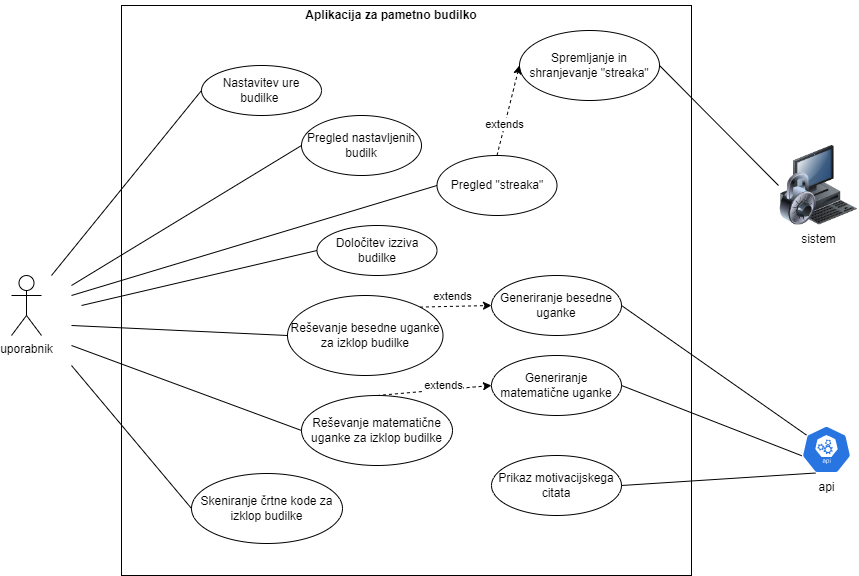
mtoplak/WakeMeApp keeps this draw.io diagram as documentation/DPU_WakeMeApp.drawio.png. Above is the earlier version. Source tidied: cells renumbered, new cells last; positions are measured from the earlier drawing's top-left corner, leaving out a move shared by most shapes. Its diagram source:
```xml
<mxGraphModel>
  <root>
    <mxCell id="0" />
    <mxCell id="1" parent="0" />
    <mxCell id="2" style="whiteSpace=wrap;html=1;" parent="1" vertex="1">
      <mxGeometry x="110" y="5" width="570" height="570" as="geometry" />
    </mxCell>
    <mxCell id="3" value="uporabnik" style="shape=umlActor;verticalLabelPosition=bottom;verticalAlign=top;html=1;" parent="1" vertex="1">
      <mxGeometry y="275" width="30" height="60" as="geometry" />
    </mxCell>
    <mxCell id="4" value="Nastavitev ure budilke&amp;nbsp;" style="ellipse;whiteSpace=wrap;html=1;" parent="1" vertex="1">
      <mxGeometry x="190" y="65" width="120" height="50" as="geometry" />
    </mxCell>
    <mxCell id="5" value="Reševanje besedne uganke za izklop budilke" style="ellipse;whiteSpace=wrap;html=1;" parent="1" vertex="1">
      <mxGeometry x="276" y="295" width="155.5" height="80" as="geometry" />
    </mxCell>
    <mxCell id="6" style="endArrow=none;html=1;rounded=0;entryX=0;entryY=0.5;entryDx=0;entryDy=0;" parent="1" edge="1" target="4">
      <mxGeometry relative="1" as="geometry">
        <mxPoint x="40" y="275" as="sourcePoint" />
      </mxGeometry>
    </mxCell>
    <mxCell id="7" style="endArrow=none;html=1;rounded=0;entryX=0;entryY=0.5;entryDx=0;entryDy=0;" parent="1" edge="1" target="5">
      <mxGeometry relative="1" as="geometry">
        <mxPoint x="60" y="325" as="sourcePoint" />
      </mxGeometry>
    </mxCell>
    <mxCell id="8" value="Pregled nastavljenih budilk" style="ellipse;whiteSpace=wrap;html=1;" parent="1" vertex="1">
      <mxGeometry x="290" y="115" width="120" height="60" as="geometry" />
    </mxCell>
    <mxCell id="9" value="Določitev izziva budilke" style="ellipse;whiteSpace=wrap;html=1;" parent="1" vertex="1">
      <mxGeometry x="305.5" y="225" width="120" height="50" as="geometry" />
    </mxCell>
    <mxCell id="10" value="&lt;b&gt;Aplikacija za pametno budilko&lt;/b&gt;" style="text;html=1;strokeColor=none;fillColor=none;align=center;verticalAlign=middle;whiteSpace=wrap;rounded=0;" parent="1" vertex="1">
      <mxGeometry x="252" width="256" height="30" as="geometry" />
    </mxCell>
    <mxCell id="11" style="endArrow=none;html=1;rounded=0;entryX=0;entryY=0.5;entryDx=0;entryDy=0;" parent="1" edge="1" target="8">
      <mxGeometry relative="1" as="geometry">
        <mxPoint x="60" y="285" as="sourcePoint" />
      </mxGeometry>
    </mxCell>
    <mxCell id="12" value="Reševanje matematične uganke za izklop budilke" style="ellipse;whiteSpace=wrap;html=1;" parent="1" vertex="1">
      <mxGeometry x="290" y="395" width="151" height="70" as="geometry" />
    </mxCell>
    <mxCell id="13" value="Skeniranje črtne kode za izklop budilke" style="ellipse;whiteSpace=wrap;html=1;" parent="1" vertex="1">
      <mxGeometry x="180" y="473" width="151" height="70" as="geometry" />
    </mxCell>
    <mxCell id="14" style="endArrow=none;html=1;rounded=0;entryX=0;entryY=0.5;entryDx=0;entryDy=0;" parent="1" edge="1" target="9">
      <mxGeometry relative="1" as="geometry">
        <mxPoint x="70" y="305" as="sourcePoint" />
      </mxGeometry>
    </mxCell>
    <mxCell id="15" style="endArrow=none;html=1;rounded=0;entryX=0;entryY=0.5;entryDx=0;entryDy=0;" parent="1" edge="1" target="12">
      <mxGeometry relative="1" as="geometry">
        <mxPoint x="60" y="345" as="sourcePoint" />
      </mxGeometry>
    </mxCell>
    <mxCell id="16" style="endArrow=none;html=1;rounded=0;entryX=0;entryY=0.5;entryDx=0;entryDy=0;" parent="1" edge="1" target="13">
      <mxGeometry relative="1" as="geometry">
        <mxPoint x="60" y="365" as="sourcePoint" />
      </mxGeometry>
    </mxCell>
    <mxCell id="17" value="api" style="sketch=0;html=1;dashed=0;whitespace=wrap;fillColor=#2875E2;strokeColor=#ffffff;points=[[0.005,0.63,0],[0.1,0.2,0],[0.9,0.2,0],[0.5,0,0],[0.995,0.63,0],[0.72,0.99,0],[0.5,1,0],[0.28,0.99,0]];verticalLabelPosition=bottom;align=center;verticalAlign=top;shape=mxgraph.kubernetes.icon;prIcon=api;" parent="1" vertex="1">
      <mxGeometry x="790" y="425" width="50" height="48" as="geometry" />
    </mxCell>
    <mxCell id="18" value="Generiranje besedne uganke" style="ellipse;whiteSpace=wrap;html=1;" parent="1" vertex="1">
      <mxGeometry x="480" y="275" width="130" height="60" as="geometry" />
    </mxCell>
    <mxCell id="19" style="endArrow=none;html=1;rounded=0;entryX=1;entryY=0.5;entryDx=0;entryDy=0;exitX=0.1;exitY=0.2;exitDx=0;exitDy=0;exitPerimeter=0;" parent="1" edge="1" source="17" target="18">
      <mxGeometry relative="1" as="geometry" />
    </mxCell>
    <mxCell id="20" value="sistem" style="image;html=1;image=img/lib/clip_art/computers/Secure_System_128x128.png;" parent="1" vertex="1">
      <mxGeometry x="767" y="145" width="80" height="80" as="geometry" />
    </mxCell>
    <mxCell id="21" value="Spremljanje in shranjevanje &quot;streaka&quot;" style="ellipse;whiteSpace=wrap;html=1;" parent="1" vertex="1">
      <mxGeometry x="508" y="30" width="140" height="70" as="geometry" />
    </mxCell>
    <mxCell id="22" style="endArrow=none;html=1;rounded=0;entryX=1;entryY=0.5;entryDx=0;entryDy=0;exitX=0;exitY=0.5;exitDx=0;exitDy=0;" parent="1" edge="1" source="20" target="21">
      <mxGeometry relative="1" as="geometry" />
    </mxCell>
    <mxCell id="23" value="Pregled &quot;streaka&quot;" style="ellipse;whiteSpace=wrap;html=1;" parent="1" vertex="1">
      <mxGeometry x="425.5" y="155" width="120" height="60" as="geometry" />
    </mxCell>
    <mxCell id="24" style="endArrow=none;html=1;rounded=0;entryX=0;entryY=0.5;entryDx=0;entryDy=0;" parent="1" edge="1" target="23">
      <mxGeometry relative="1" as="geometry">
        <mxPoint x="60" y="295" as="sourcePoint" />
      </mxGeometry>
    </mxCell>
    <mxCell id="25" style="endArrow=classic;html=1;rounded=0;entryX=0;entryY=0.5;entryDx=0;entryDy=0;exitX=0.5;exitY=0;exitDx=0;exitDy=0;dashed=1;" parent="1" edge="1" source="23" target="21">
      <mxGeometry relative="1" as="geometry" />
    </mxCell>
    <mxCell id="26" value="extends" style="edgeLabel;html=1;align=center;verticalAlign=middle;" parent="25" vertex="1">
      <mxGeometry x="-0.32" y="1" relative="1" as="geometry" />
    </mxCell>
    <mxCell id="27" value="Generiranje matematične uganke" style="ellipse;whiteSpace=wrap;html=1;" parent="1" vertex="1">
      <mxGeometry x="480" y="355" width="130" height="60" as="geometry" />
    </mxCell>
    <mxCell id="28" value="Prikaz motivacijskega citata" style="ellipse;whiteSpace=wrap;html=1;" parent="1" vertex="1">
      <mxGeometry x="480" y="455" width="130" height="60" as="geometry" />
    </mxCell>
    <mxCell id="29" style="endArrow=none;html=1;rounded=0;entryX=1;entryY=0.5;entryDx=0;entryDy=0;exitX=0.28;exitY=0.99;exitDx=0;exitDy=0;exitPerimeter=0;" parent="1" edge="1" source="17" target="28">
      <mxGeometry relative="1" as="geometry" />
    </mxCell>
    <mxCell id="30" style="endArrow=none;html=1;rounded=0;entryX=1;entryY=0.5;entryDx=0;entryDy=0;exitX=0.005;exitY=0.63;exitDx=0;exitDy=0;exitPerimeter=0;" parent="1" edge="1" source="17" target="27">
      <mxGeometry relative="1" as="geometry" />
    </mxCell>
    <mxCell id="31" style="endArrow=classic;html=1;rounded=0;entryX=0;entryY=0.5;entryDx=0;entryDy=0;exitX=1;exitY=0;exitDx=0;exitDy=0;dashed=1;" parent="1" edge="1" source="5" target="18">
      <mxGeometry relative="1" as="geometry" />
    </mxCell>
    <mxCell id="32" value="extends" style="edgeLabel;html=1;align=center;verticalAlign=middle;" parent="31" vertex="1">
      <mxGeometry x="-0.32" y="1" relative="1" as="geometry">
        <mxPoint x="8" y="-10" as="offset" />
      </mxGeometry>
    </mxCell>
    <mxCell id="33" style="endArrow=classic;html=1;rounded=0;entryX=0;entryY=0.5;entryDx=0;entryDy=0;exitX=0.5;exitY=0;exitDx=0;exitDy=0;dashed=1;" parent="1" edge="1" source="12" target="27">
      <mxGeometry relative="1" as="geometry" />
    </mxCell>
    <mxCell id="34" value="extends" style="edgeLabel;html=1;align=center;verticalAlign=middle;" parent="33" vertex="1">
      <mxGeometry x="-0.32" y="1" relative="1" as="geometry">
        <mxPoint x="27" y="-6" as="offset" />
      </mxGeometry>
    </mxCell>
  </root>
</mxGraphModel>
```
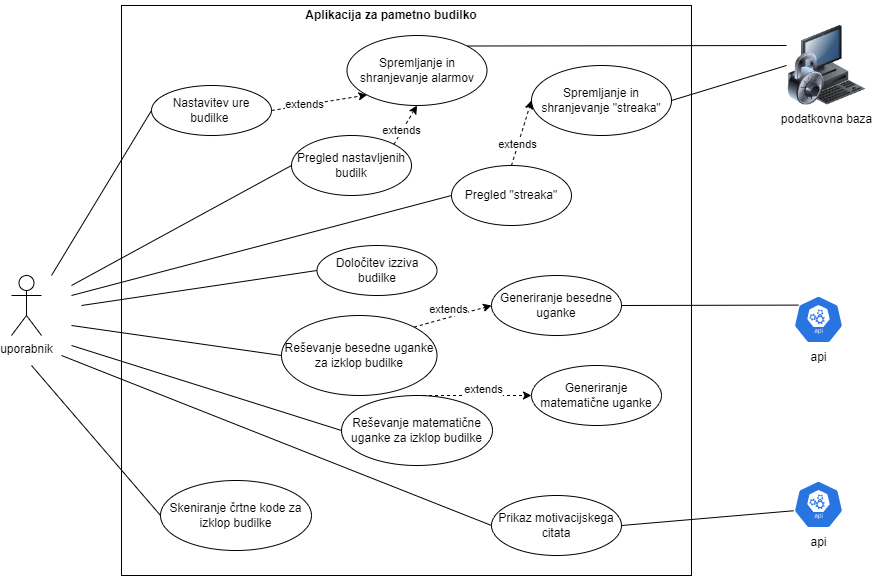
The same file after the commit.

Commit message:
Update home page label

Change to the diagram source:
```diff
@@ -9,10 +9,10 @@
       <mxGeometry y="275" width="30" height="60" as="geometry" />
     </mxCell>
     <mxCell id="4" value="Nastavitev ure budilke&amp;nbsp;" style="ellipse;whiteSpace=wrap;html=1;" parent="1" vertex="1">
-      <mxGeometry x="190" y="65" width="120" height="50" as="geometry" />
+      <mxGeometry x="140" y="85" width="120" height="50" as="geometry" />
     </mxCell>
     <mxCell id="5" value="Reševanje besedne uganke za izklop budilke" style="ellipse;whiteSpace=wrap;html=1;" parent="1" vertex="1">
-      <mxGeometry x="276" y="295" width="155.5" height="80" as="geometry" />
+      <mxGeometry x="270" y="315" width="155.5" height="80" as="geometry" />
     </mxCell>
     <mxCell id="6" style="endArrow=none;html=1;rounded=0;entryX=0;entryY=0.5;entryDx=0;entryDy=0;" parent="1" edge="1" target="4">
       <mxGeometry relative="1" as="geometry">
@@ -25,10 +25,10 @@
       </mxGeometry>
     </mxCell>
     <mxCell id="8" value="Pregled nastavljenih budilk" style="ellipse;whiteSpace=wrap;html=1;" parent="1" vertex="1">
-      <mxGeometry x="290" y="115" width="120" height="60" as="geometry" />
+      <mxGeometry x="280" y="135" width="120" height="60" as="geometry" />
     </mxCell>
     <mxCell id="9" value="Določitev izziva budilke" style="ellipse;whiteSpace=wrap;html=1;" parent="1" vertex="1">
-      <mxGeometry x="305.5" y="225" width="120" height="50" as="geometry" />
+      <mxGeometry x="305.5" y="245" width="120" height="50" as="geometry" />
     </mxCell>
     <mxCell id="10" value="&lt;b&gt;Aplikacija za pametno budilko&lt;/b&gt;" style="text;html=1;strokeColor=none;fillColor=none;align=center;verticalAlign=middle;whiteSpace=wrap;rounded=0;" parent="1" vertex="1">
       <mxGeometry x="252" width="256" height="30" as="geometry" />
@@ -39,10 +39,10 @@
       </mxGeometry>
     </mxCell>
     <mxCell id="12" value="Reševanje matematične uganke za izklop budilke" style="ellipse;whiteSpace=wrap;html=1;" parent="1" vertex="1">
-      <mxGeometry x="290" y="395" width="151" height="70" as="geometry" />
+      <mxGeometry x="330" y="395" width="151" height="70" as="geometry" />
     </mxCell>
     <mxCell id="13" value="Skeniranje črtne kode za izklop budilke" style="ellipse;whiteSpace=wrap;html=1;" parent="1" vertex="1">
-      <mxGeometry x="180" y="473" width="151" height="70" as="geometry" />
+      <mxGeometry x="149" y="480" width="151" height="70" as="geometry" />
     </mxCell>
     <mxCell id="14" style="endArrow=none;html=1;rounded=0;entryX=0;entryY=0.5;entryDx=0;entryDy=0;" parent="1" edge="1" target="9">
       <mxGeometry relative="1" as="geometry">
@@ -56,11 +56,11 @@
     </mxCell>
     <mxCell id="16" style="endArrow=none;html=1;rounded=0;entryX=0;entryY=0.5;entryDx=0;entryDy=0;" parent="1" edge="1" target="13">
       <mxGeometry relative="1" as="geometry">
-        <mxPoint x="60" y="365" as="sourcePoint" />
+        <mxPoint x="20" y="365" as="sourcePoint" />
       </mxGeometry>
     </mxCell>
     <mxCell id="17" value="api" style="sketch=0;html=1;dashed=0;whitespace=wrap;fillColor=#2875E2;strokeColor=#ffffff;points=[[0.005,0.63,0],[0.1,0.2,0],[0.9,0.2,0],[0.5,0,0],[0.995,0.63,0],[0.72,0.99,0],[0.5,1,0],[0.28,0.99,0]];verticalLabelPosition=bottom;align=center;verticalAlign=top;shape=mxgraph.kubernetes.icon;prIcon=api;" parent="1" vertex="1">
-      <mxGeometry x="790" y="425" width="50" height="48" as="geometry" />
+      <mxGeometry x="782" y="295" width="50" height="48" as="geometry" />
     </mxCell>
     <mxCell id="18" value="Generiranje besedne uganke" style="ellipse;whiteSpace=wrap;html=1;" parent="1" vertex="1">
       <mxGeometry x="480" y="275" width="130" height="60" as="geometry" />
@@ -68,17 +68,17 @@
     <mxCell id="19" style="endArrow=none;html=1;rounded=0;entryX=1;entryY=0.5;entryDx=0;entryDy=0;exitX=0.1;exitY=0.2;exitDx=0;exitDy=0;exitPerimeter=0;" parent="1" edge="1" source="17" target="18">
       <mxGeometry relative="1" as="geometry" />
     </mxCell>
-    <mxCell id="20" value="sistem" style="image;html=1;image=img/lib/clip_art/computers/Secure_System_128x128.png;" parent="1" vertex="1">
-      <mxGeometry x="767" y="145" width="80" height="80" as="geometry" />
+    <mxCell id="20" value="podatkovna baza&lt;br&gt;" style="image;html=1;image=img/lib/clip_art/computers/Secure_System_128x128.png;" parent="1" vertex="1">
+      <mxGeometry x="775" y="25" width="80" height="80" as="geometry" />
     </mxCell>
     <mxCell id="21" value="Spremljanje in shranjevanje &quot;streaka&quot;" style="ellipse;whiteSpace=wrap;html=1;" parent="1" vertex="1">
-      <mxGeometry x="508" y="30" width="140" height="70" as="geometry" />
+      <mxGeometry x="520" y="65" width="140" height="70" as="geometry" />
     </mxCell>
     <mxCell id="22" style="endArrow=none;html=1;rounded=0;entryX=1;entryY=0.5;entryDx=0;entryDy=0;exitX=0;exitY=0.5;exitDx=0;exitDy=0;" parent="1" edge="1" source="20" target="21">
       <mxGeometry relative="1" as="geometry" />
     </mxCell>
     <mxCell id="23" value="Pregled &quot;streaka&quot;" style="ellipse;whiteSpace=wrap;html=1;" parent="1" vertex="1">
-      <mxGeometry x="425.5" y="155" width="120" height="60" as="geometry" />
+      <mxGeometry x="440" y="165" width="120" height="60" as="geometry" />
     </mxCell>
     <mxCell id="24" style="endArrow=none;html=1;rounded=0;entryX=0;entryY=0.5;entryDx=0;entryDy=0;" parent="1" edge="1" target="23">
       <mxGeometry relative="1" as="geometry">
@@ -92,17 +92,14 @@
       <mxGeometry x="-0.32" y="1" relative="1" as="geometry" />
     </mxCell>
     <mxCell id="27" value="Generiranje matematične uganke" style="ellipse;whiteSpace=wrap;html=1;" parent="1" vertex="1">
-      <mxGeometry x="480" y="355" width="130" height="60" as="geometry" />
+      <mxGeometry x="520" y="365" width="130" height="60" as="geometry" />
     </mxCell>
     <mxCell id="28" value="Prikaz motivacijskega citata" style="ellipse;whiteSpace=wrap;html=1;" parent="1" vertex="1">
-      <mxGeometry x="480" y="455" width="130" height="60" as="geometry" />
+      <mxGeometry x="480" y="495" width="130" height="60" as="geometry" />
     </mxCell>
-    <mxCell id="29" style="endArrow=none;html=1;rounded=0;entryX=1;entryY=0.5;entryDx=0;entryDy=0;exitX=0.28;exitY=0.99;exitDx=0;exitDy=0;exitPerimeter=0;" parent="1" edge="1" source="17" target="28">
+    <mxCell id="29" style="endArrow=none;html=1;rounded=0;entryX=1;entryY=0.5;entryDx=0;entryDy=0;exitX=0.005;exitY=0.63;exitDx=0;exitDy=0;exitPerimeter=0;" parent="1" edge="1" source="35" target="28">
       <mxGeometry relative="1" as="geometry" />
     </mxCell>
-    <mxCell id="30" style="endArrow=none;html=1;rounded=0;entryX=1;entryY=0.5;entryDx=0;entryDy=0;exitX=0.005;exitY=0.63;exitDx=0;exitDy=0;exitPerimeter=0;" parent="1" edge="1" source="17" target="27">
-      <mxGeometry relative="1" as="geometry" />
-    </mxCell>
     <mxCell id="31" style="endArrow=classic;html=1;rounded=0;entryX=0;entryY=0.5;entryDx=0;entryDy=0;exitX=1;exitY=0;exitDx=0;exitDy=0;dashed=1;" parent="1" edge="1" source="5" target="18">
       <mxGeometry relative="1" as="geometry" />
     </mxCell>
@@ -119,5 +116,31 @@
         <mxPoint x="27" y="-6" as="offset" />
       </mxGeometry>
     </mxCell>
+    <mxCell id="35" value="api" style="sketch=0;html=1;dashed=0;whitespace=wrap;fillColor=#2875E2;strokeColor=#ffffff;points=[[0.005,0.63,0],[0.1,0.2,0],[0.9,0.2,0],[0.5,0,0],[0.995,0.63,0],[0.72,0.99,0],[0.5,1,0],[0.28,0.99,0]];verticalLabelPosition=bottom;align=center;verticalAlign=top;shape=mxgraph.kubernetes.icon;prIcon=api;" parent="1" vertex="1">
+      <mxGeometry x="782" y="480" width="50" height="48" as="geometry" />
+    </mxCell>
+    <mxCell id="36" style="endArrow=none;html=1;rounded=0;entryX=0;entryY=0.5;entryDx=0;entryDy=0;" parent="1" edge="1" target="28">
+      <mxGeometry relative="1" as="geometry">
+        <mxPoint x="50" y="355" as="sourcePoint" />
+      </mxGeometry>
+    </mxCell>
+    <mxCell id="37" value="Spremljanje in shranjevanje alarmov" style="ellipse;whiteSpace=wrap;html=1;" parent="1" vertex="1">
+      <mxGeometry x="335.5" y="35" width="140" height="70" as="geometry" />
+    </mxCell>
+    <mxCell id="38" style="endArrow=classic;html=1;rounded=0;entryX=0.5;entryY=1;entryDx=0;entryDy=0;exitX=1;exitY=0;exitDx=0;exitDy=0;dashed=1;" parent="1" edge="1" source="8" target="37">
+      <mxGeometry relative="1" as="geometry" />
+    </mxCell>
+    <mxCell id="39" value="extends" style="edgeLabel;html=1;align=center;verticalAlign=middle;" parent="38" vertex="1">
+      <mxGeometry x="-0.32" y="1" relative="1" as="geometry" />
+    </mxCell>
+    <mxCell id="40" style="endArrow=classic;html=1;rounded=0;entryX=0;entryY=1;entryDx=0;entryDy=0;exitX=1;exitY=0.5;exitDx=0;exitDy=0;dashed=1;" parent="1" edge="1" source="4" target="37">
+      <mxGeometry relative="1" as="geometry" />
+    </mxCell>
+    <mxCell id="41" value="extends" style="edgeLabel;html=1;align=center;verticalAlign=middle;" parent="40" vertex="1">
+      <mxGeometry x="-0.32" y="1" relative="1" as="geometry" />
+    </mxCell>
+    <mxCell id="42" style="endArrow=none;html=1;rounded=0;entryX=1;entryY=0;entryDx=0;entryDy=0;exitX=0;exitY=0.25;exitDx=0;exitDy=0;" parent="1" edge="1" source="20" target="37">
+      <mxGeometry relative="1" as="geometry" />
+    </mxCell>
   </root>
 </mxGraphModel>
```
